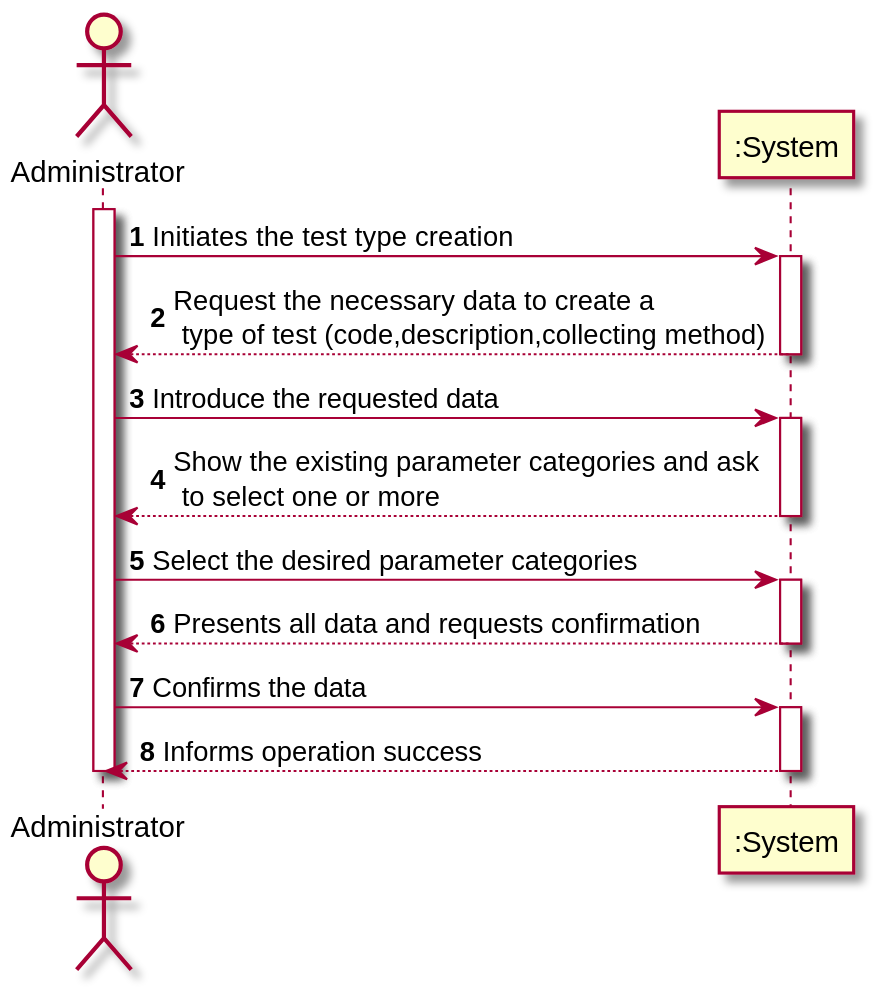
Before: docs/SprintB/US09/US09_SSD.svg, a diagram exported from PlantUML (manu-07-ela/LAPR2_ISEP). Source of this version:
```plantuml
@startuml
autonumber
actor "Administrator" as Adm

activate Adm
Adm -> ":System" : Initiates the test type creation
activate ":System"
":System" --> Adm : Request the necessary data to create a\n type of test (code,description,collecting method)
deactivate ":System"

Adm -> ":System" : Introduce the requested data
activate ":System"
":System" --> Adm : Show the existing parameter categories and ask\n to select one or more
deactivate ":System"

Adm -> ":System" : Select the desired parameter categories
activate ":System"
":System" --> Adm : Presents all data and requests confirmation
deactivate ":System"

Adm -> ":System" : Confirms the data
activate ":System"
":System" --> Adm : Informs operation success
deactivate ":System"

deactivate Adm

@enduml
```
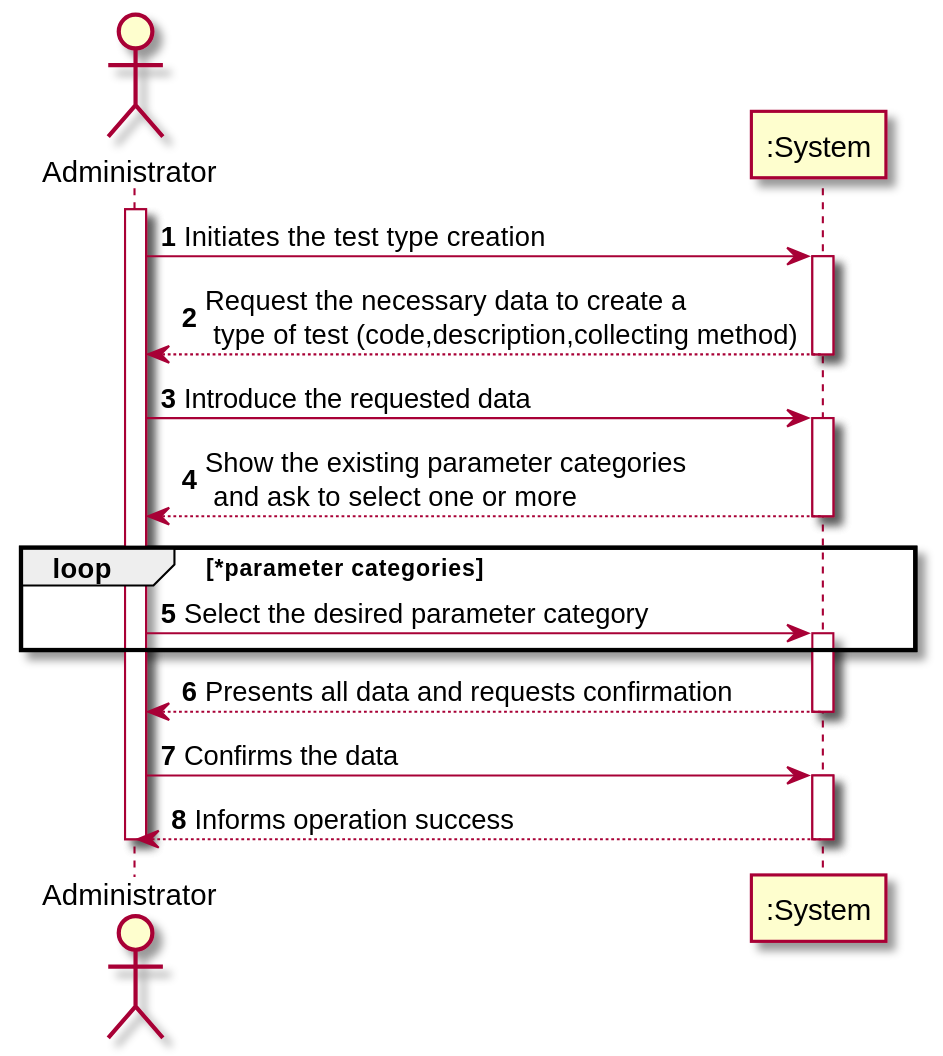
After the change.

Commit message:
US9 SSD loop change due to one step sentence change

Change to the diagram source:
```diff
@@ -10,11 +10,13 @@
 
 Adm -> ":System" : Introduce the requested data
 activate ":System"
-":System" --> Adm : Show the existing parameter categories and ask\n to select one or more
+":System" --> Adm : Show the existing parameter categories\n and ask to select one or more
 deactivate ":System"
+ loop *parameter categories
+    Adm -> ":System" : Select the desired parameter category
+    activate ":System"
 
-Adm -> ":System" : Select the desired parameter categories
-activate ":System"
+ end
 ":System" --> Adm : Presents all data and requests confirmation
 deactivate ":System"
 
```
